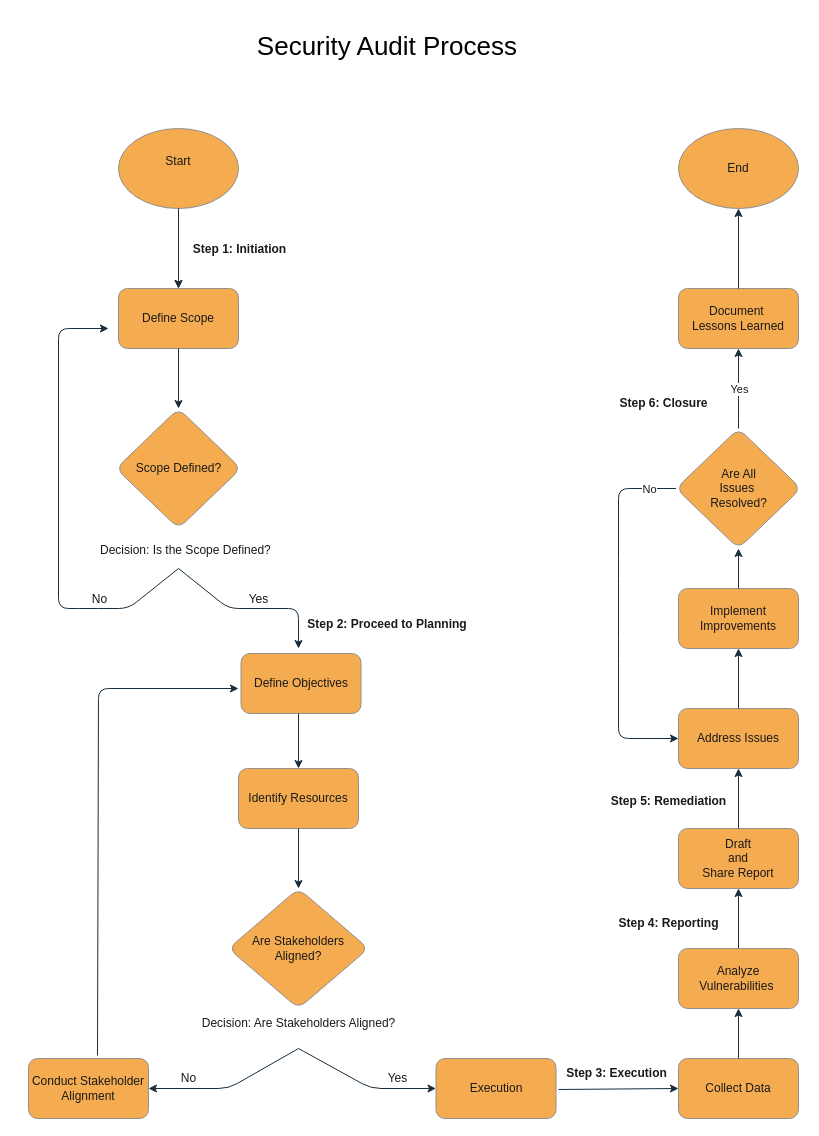
CJWasson/Security-Audit-Botium-Toys keeps this draw.io diagram as Visuals/Security_Audit_Process_Flowchart.drawio. Above is the earlier version. Source tidied: cells renumbered, new cells numbered last; positions are measured from the earlier drawing's top-left corner, leaving out a move shared by most shapes. Both pictures are drawn from the tidied source at 100%, with x=0, y=0 at pixel (28, 26).
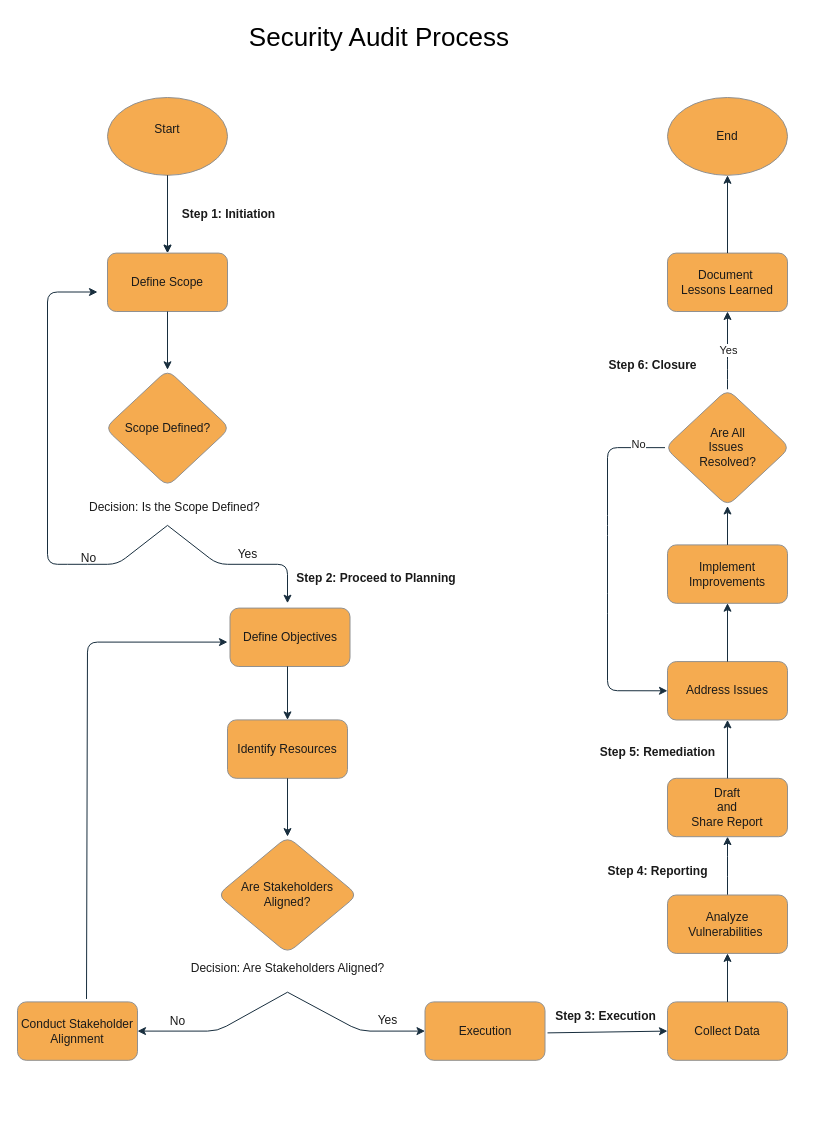
The same page after the edit.

What changed in the source:
```diff
@@
-    <mxCell id="2" style="group;" parent="1" vertex="1">
-      <mxGeometry x="30" y="1" width="742.5" height="1091" as="geometry" />
-    </mxCell>
+    <mxCell id="53" value="&lt;font style=&quot;font-size: 26px;&quot;&gt;Security Audit Process&amp;nbsp;&lt;/font&gt;" style="text;html=1;align=center;verticalAlign=middle;strokeColor=none;fillColor=none;" parent="1" vertex="1">
+      <mxGeometry x="209" y="-9" width="290" height="40" as="geometry" />
+    </mxCell>
-    <mxCell id="3" style="group;" parent="2" vertex="1">
-      <mxGeometry y="101" width="742.5" height="990" as="geometry" />
+    <mxCell id="3" style="group;" parent="1" vertex="1">
+      <mxGeometry x="19" y="71" width="742.5" height="962.8" as="geometry" />
     </mxCell>
@@
     <mxCell id="5" value="&lt;font&gt;Start&lt;/font&gt;&lt;div&gt;&lt;br&gt;&lt;/div&gt;" style="ellipse;whiteSpace=wrap;html=1;labelBackgroundColor=none;fillColor=#F5AB50;strokeColor=#909090;fontColor=#1A1A1A;rounded=1;" parent="3" vertex="1">
-      <mxGeometry x="60" width="120" height="80" as="geometry" />
+      <mxGeometry x="60" width="120" height="77.8" as="geometry" />
     </mxCell>
     <mxCell id="6" value="&lt;font&gt;Define Scope&lt;/font&gt;" style="rounded=1;whiteSpace=wrap;html=1;labelBackgroundColor=none;fillColor=#F5AB50;strokeColor=#909090;fontColor=#1A1A1A;" parent="3" vertex="1">
-      <mxGeometry x="60" y="160" width="120" height="60" as="geometry" />
+      <mxGeometry x="60" y="155.6" width="120" height="58.4" as="geometry" />
     </mxCell>
     <mxCell id="7" value="&lt;font&gt;Scope Defined?&lt;/font&gt;" style="rhombus;whiteSpace=wrap;html=1;labelBackgroundColor=none;fillColor=#F5AB50;strokeColor=#909090;fontColor=#1A1A1A;rounded=1;" parent="3" vertex="1">
-      <mxGeometry x="57.5" y="280" width="125" height="120" as="geometry" />
+      <mxGeometry x="57.5" y="272.3" width="125" height="116.7" as="geometry" />
     </mxCell>
@@
     <mxCell id="11" value="&lt;font&gt;Define Objectives&lt;/font&gt;" style="rounded=1;whiteSpace=wrap;html=1;labelBackgroundColor=none;fillColor=#F5AB50;strokeColor=#909090;fontColor=#1A1A1A;" parent="3" vertex="1">
-      <mxGeometry x="182.5" y="525" width="120" height="60" as="geometry" />
+      <mxGeometry x="182.5" y="510.6" width="120" height="58.4" as="geometry" />
     </mxCell>
     <mxCell id="12" style="endArrow=classic;html=1;rounded=1;labelBackgroundColor=none;strokeColor=#182E3E;fontColor=default;" parent="3" edge="1">
       <mxGeometry relative="1" as="geometry">
-        <mxPoint x="120" y="440" as="sourcePoint" />
-        <mxPoint x="240" y="520" as="targetPoint" />
+        <mxPoint x="120" y="427.9" as="sourcePoint" />
+        <mxPoint x="240" y="505.7" as="targetPoint" />
         <Array as="points">
-          <mxPoint x="170" y="480" />
-          <mxPoint x="240" y="480" />
+          <mxPoint x="170" y="466.8" />
+          <mxPoint x="240" y="466.8" />
         </Array>
       </mxGeometry>
     </mxCell>
@@
     <mxCell id="16" style="endArrow=classic;html=1;rounded=1;labelBackgroundColor=none;strokeColor=#182E3E;fontColor=default;" parent="3" edge="1">
       <mxGeometry relative="1" as="geometry">
-        <mxPoint x="120" y="440" as="sourcePoint" />
-        <mxPoint x="50" y="200" as="targetPoint" />
+        <mxPoint x="120" y="427.9" as="sourcePoint" />
+        <mxPoint x="50" y="194.5" as="targetPoint" />
         <Array as="points">
-          <mxPoint x="70" y="480" />
-          <mxPoint x="30" y="480" />
-          <mxPoint y="480" />
-          <mxPoint y="200" />
+          <mxPoint x="70" y="466.8" />
+          <mxPoint x="30" y="466.8" />
+          <mxPoint y="466.8" />
+          <mxPoint y="194.5" />
         </Array>
       </mxGeometry>
     </mxCell>
@@
     <mxCell id="18" value="&lt;font&gt;Identify Resources&lt;/font&gt;" style="rounded=1;whiteSpace=wrap;html=1;labelBackgroundColor=none;fillColor=#F5AB50;strokeColor=#909090;fontColor=#1A1A1A;" parent="3" vertex="1">
-      <mxGeometry x="180" y="640" width="120" height="60" as="geometry" />
+      <mxGeometry x="180" y="622.4" width="120" height="58.4" as="geometry" />
     </mxCell>
     <mxCell id="19" value="&lt;font&gt;Are Stakeholders Aligned?&lt;/font&gt;" style="rhombus;whiteSpace=wrap;html=1;labelBackgroundColor=none;fillColor=#F5AB50;strokeColor=#909090;fontColor=#1A1A1A;rounded=1;" parent="3" vertex="1">
-      <mxGeometry x="170" y="760" width="140" height="120" as="geometry" />
+      <mxGeometry x="170" y="739.1" width="140" height="116.7" as="geometry" />
     </mxCell>
     <mxCell id="20" value="&lt;font&gt;Decision: Are Stakeholders Aligned?&lt;/font&gt;" style="text;html=1;align=center;verticalAlign=middle;strokeColor=none;fillColor=none;labelBackgroundColor=none;fontColor=#1A1A1A;rounded=1;" parent="3" vertex="1">
-      <mxGeometry x="130" y="880" width="220" height="30" as="geometry" />
+      <mxGeometry x="130" y="855.8" width="220" height="30" as="geometry" />
     </mxCell>
     <mxCell id="21" style="endArrow=classic;html=1;rounded=1;labelBackgroundColor=none;strokeColor=#182E3E;fontColor=default;" parent="3" edge="1">
       <mxGeometry relative="1" as="geometry">
-        <mxPoint x="240" y="920" as="sourcePoint" />
-        <mxPoint x="90" y="960" as="targetPoint" />
+        <mxPoint x="240" y="894.7" as="sourcePoint" />
+        <mxPoint x="90" y="933.6" as="targetPoint" />
         <Array as="points">
-          <mxPoint x="170" y="960" />
+          <mxPoint x="170" y="933.6" />
         </Array>
       </mxGeometry>
     </mxCell>
@@
     <mxCell id="23" style="endArrow=classic;html=1;rounded=1;labelBackgroundColor=none;strokeColor=#182E3E;fontColor=default;" parent="3" edge="1">
       <mxGeometry relative="1" as="geometry">
-        <mxPoint x="240" y="920" as="sourcePoint" />
-        <mxPoint x="377.5" y="960" as="targetPoint" />
+        <mxPoint x="240" y="894.7" as="sourcePoint" />
+        <mxPoint x="377.5" y="933.6" as="targetPoint" />
         <Array as="points">
-          <mxPoint x="312.5" y="960" />
+          <mxPoint x="312.5" y="933.6" />
         </Array>
       </mxGeometry>
     </mxCell>
@@
     <mxCell id="26" style="endArrow=classic;html=1;rounded=1;labelBackgroundColor=none;strokeColor=#182E3E;fontColor=default;entryX=0.5;entryY=0;entryDx=0;entryDy=0;" parent="3" edge="1" target="18">
       <mxGeometry relative="1" as="geometry">
-        <mxPoint x="240" y="585" as="sourcePoint" />
+        <mxPoint x="240" y="568.9" as="sourcePoint" />
       </mxGeometry>
     </mxCell>
     <mxCell id="27" value="&lt;font&gt;Execution&lt;/font&gt;" style="rounded=1;whiteSpace=wrap;html=1;labelBackgroundColor=none;fillColor=#F5AB50;strokeColor=#909090;fontColor=#1A1A1A;" parent="3" vertex="1">
-      <mxGeometry x="377.5" y="930" width="120" height="60" as="geometry" />
+      <mxGeometry x="377.5" y="904.4" width="120" height="58.4" as="geometry" />
     </mxCell>
     <mxCell id="28" value="&lt;font&gt;Collect Data&lt;/font&gt;" style="rounded=1;whiteSpace=wrap;html=1;labelBackgroundColor=none;fillColor=#F5AB50;strokeColor=#909090;fontColor=#1A1A1A;" parent="3" vertex="1">
-      <mxGeometry x="620" y="930" width="120" height="60" as="geometry" />
+      <mxGeometry x="620" y="904.4" width="120" height="58.4" as="geometry" />
     </mxCell>
@@
     <mxCell id="30" style="edgeStyle=orthogonalEdgeStyle;rounded=1;jettySize=auto;html=1;labelBackgroundColor=none;strokeColor=#182E3E;fontColor=default;" parent="3" edge="1" source="31">
       <mxGeometry relative="1" as="geometry">
-        <mxPoint x="680" y="760" as="targetPoint" />
+        <mxPoint x="680" y="739.1" as="targetPoint" />
       </mxGeometry>
     </mxCell>
     <mxCell id="31" value="&lt;font&gt;Analyze Vulnerabilities&amp;nbsp;&lt;/font&gt;" style="rounded=1;whiteSpace=wrap;html=1;labelBackgroundColor=none;fillColor=#F5AB50;strokeColor=#909090;fontColor=#1A1A1A;" parent="3" vertex="1">
-      <mxGeometry x="620" y="820" width="120" height="60" as="geometry" />
+      <mxGeometry x="620" y="797.5" width="120" height="58.4" as="geometry" />
     </mxCell>
@@
     <mxCell id="33" value="&lt;font&gt;&lt;b&gt;Step 3: Execution&lt;/b&gt;&lt;/font&gt;" style="text;html=1;align=center;verticalAlign=middle;points=[];strokeColor=none;fillColor=none;labelBackgroundColor=none;fontColor=#1A1A1A;rounded=1;" parent="3" vertex="1">
-      <mxGeometry x="497.5" y="930" width="120" height="30" as="geometry" />
+      <mxGeometry x="497.5" y="904.4" width="120" height="30" as="geometry" />
     </mxCell>
     <mxCell id="34" value="&lt;b&gt;Step 4: Reporting&lt;/b&gt;" style="text;html=1;align=center;verticalAlign=middle;strokeColor=none;fillColor=none;fontColor=#1A1A1A;rounded=1;" parent="3" vertex="1">
-      <mxGeometry x="550" y="780" width="120" height="30" as="geometry" />
+      <mxGeometry x="550" y="758.6" width="120" height="30" as="geometry" />
     </mxCell>
     <mxCell id="35" value="Draft&lt;div&gt;and&lt;/div&gt;&lt;div&gt;Share Report&lt;/div&gt;" style="rounded=1;whiteSpace=wrap;html=1;strokeColor=#909090;fontColor=#1A1A1A;fillColor=#F5AB50;" parent="3" vertex="1">
-      <mxGeometry x="620" y="700" width="120" height="60" as="geometry" />
+      <mxGeometry x="620" y="680.8" width="120" height="58.4" as="geometry" />
     </mxCell>
     <mxCell id="36" style="endArrow=classic;html=1;rounded=1;labelBackgroundColor=none;strokeColor=#182E3E;fontColor=default;exitX=0.5;exitY=0;exitDx=0;exitDy=0;" parent="3" edge="1" source="35">
       <mxGeometry relative="1" as="geometry">
-        <mxPoint x="680" y="640" as="targetPoint" />
+        <mxPoint x="680" y="622.4" as="targetPoint" />
       </mxGeometry>
     </mxCell>
     <mxCell id="37" value="Address Issues" style="rounded=1;whiteSpace=wrap;html=1;strokeColor=#909090;fontColor=#1A1A1A;fillColor=#F5AB50;" parent="3" vertex="1">
-      <mxGeometry x="620" y="580" width="120" height="60" as="geometry" />
+      <mxGeometry x="620" y="564.1" width="120" height="58.4" as="geometry" />
     </mxCell>
     <mxCell id="38" value="Implement Improvements" style="rounded=1;whiteSpace=wrap;html=1;strokeColor=#909090;fontColor=#1A1A1A;fillColor=#F5AB50;" parent="3" vertex="1">
-      <mxGeometry x="620" y="460" width="120" height="60" as="geometry" />
+      <mxGeometry x="620" y="447.4" width="120" height="58.4" as="geometry" />
     </mxCell>
     <mxCell id="39" style="endArrow=classic;html=1;rounded=1;exitX=0.5;exitY=0;exitDx=0;exitDy=0;labelBackgroundColor=none;strokeColor=#182E3E;fontColor=default;" parent="3" edge="1" source="37">
       <mxGeometry relative="1" as="geometry">
-        <mxPoint x="680" y="520" as="targetPoint" />
+        <mxPoint x="680" y="505.7" as="targetPoint" />
       </mxGeometry>
     </mxCell>
     <mxCell id="40" value="Are All&lt;div&gt;Issues&amp;nbsp;&lt;/div&gt;&lt;div&gt;Resolved?&lt;/div&gt;" style="rhombus;whiteSpace=wrap;html=1;labelBackgroundColor=none;fillColor=#F5AB50;strokeColor=#909090;fontColor=#1A1A1A;rounded=1;" parent="3" vertex="1">
-      <mxGeometry x="617.5" y="300" width="125" height="120" as="geometry" />
+      <mxGeometry x="617.5" y="291.8" width="125" height="116.7" as="geometry" />
     </mxCell>
     <mxCell id="41" style="endArrow=classic;html=1;rounded=1;labelBackgroundColor=none;strokeColor=#182E3E;fontColor=default;exitX=0.5;exitY=0;exitDx=0;exitDy=0;" parent="3" edge="1" source="38">
       <mxGeometry relative="1" as="geometry">
-        <mxPoint x="680" y="420" as="targetPoint" />
+        <mxPoint x="680" y="408.5" as="targetPoint" />
       </mxGeometry>
     </mxCell>
     <mxCell id="42" style="endArrow=classic;html=1;rounded=1;strokeColor=#182E3E;fontColor=#1A1A1A;exitX=0.5;exitY=0;exitDx=0;exitDy=0;entryX=0.5;entryY=1;entryDx=0;entryDy=0;" parent="3" edge="1" source="40" target="46">
       <mxGeometry relative="1" as="geometry">
         <Array as="points">
-          <mxPoint x="680" y="280" />
+          <mxPoint x="680" y="272.3" />
         </Array>
       </mxGeometry>
     </mxCell>
@@
     <mxCell id="44" style="endArrow=classic;html=1;rounded=1;strokeColor=#182E3E;fontColor=#1A1A1A;exitX=0;exitY=0.5;exitDx=0;exitDy=0;entryX=0;entryY=0.5;entryDx=0;entryDy=0;" parent="3" edge="1" source="40" target="37">
       <mxGeometry relative="1" as="geometry">
         <Array as="points">
-          <mxPoint x="560" y="360" />
-          <mxPoint x="560" y="440" />
-          <mxPoint x="560" y="520" />
-          <mxPoint x="560" y="610" />
+          <mxPoint x="560" y="350.1" />
+          <mxPoint x="560" y="427.9" />
+          <mxPoint x="560" y="505.7" />
+          <mxPoint x="560" y="593.2" />
         </Array>
       </mxGeometry>
     </mxCell>
@@
     <mxCell id="46" value="Document&amp;nbsp;&lt;div&gt;Lessons Learned&lt;/div&gt;" style="rounded=1;whiteSpace=wrap;html=1;strokeColor=#909090;fontColor=#1A1A1A;fillColor=#F5AB50;" parent="3" vertex="1">
-      <mxGeometry x="620" y="160" width="120" height="60" as="geometry" />
+      <mxGeometry x="620" y="155.6" width="120" height="58.4" as="geometry" />
     </mxCell>
     <mxCell id="47" value="&lt;b&gt;Step 6: Closure&lt;/b&gt;" style="text;html=1;align=center;verticalAlign=middle;strokeColor=none;fillColor=none;fontColor=#1A1A1A;rounded=1;" parent="3" vertex="1">
-      <mxGeometry x="550" y="260" width="110" height="30" as="geometry" />
+      <mxGeometry x="550" y="252.9" width="110" height="30" as="geometry" />
     </mxCell>
     <mxCell id="48" value="End" style="ellipse;whiteSpace=wrap;html=1;strokeColor=#909090;fontColor=#1A1A1A;fillColor=#F5AB50;rounded=1;" parent="3" vertex="1">
-      <mxGeometry x="620" width="120" height="80" as="geometry" />
+      <mxGeometry x="620" width="120" height="77.8" as="geometry" />
     </mxCell>
     <mxCell id="49" style="endArrow=classic;html=1;rounded=1;exitX=0.5;exitY=0;exitDx=0;exitDy=0;labelBackgroundColor=none;strokeColor=#182E3E;fontColor=default;" parent="3" edge="1" source="46">
       <mxGeometry relative="1" as="geometry">
-        <mxPoint x="680" y="80" as="targetPoint" />
+        <mxPoint x="680" y="77.8" as="targetPoint" />
       </mxGeometry>
     </mxCell>
     <mxCell id="50" style="endArrow=classic;html=1;rounded=1;exitX=0.575;exitY=-0.05;exitDx=0;exitDy=0;labelBackgroundColor=none;strokeColor=#182E3E;fontColor=default;exitPerimeter=0;" parent="3" edge="1" source="52">
       <mxGeometry relative="1" as="geometry">
-        <mxPoint x="180" y="560" as="targetPoint" />
+        <mxPoint x="180" y="544.6" as="targetPoint" />
         <Array as="points">
-          <mxPoint x="40" y="560" />
+          <mxPoint x="40" y="544.6" />
         </Array>
       </mxGeometry>
     </mxCell>
     <mxCell id="51" value="&lt;b&gt;Step 5: Remediation&lt;/b&gt;&lt;div&gt;&lt;br&gt;&lt;/div&gt;" style="text;html=1;align=center;verticalAlign=middle;strokeColor=none;fillColor=none;fontColor=#1A1A1A;rounded=1;" parent="3" vertex="1">
-      <mxGeometry x="540" y="660" width="140" height="40" as="geometry" />
+      <mxGeometry x="540" y="641.9" width="140" height="40" as="geometry" />
     </mxCell>
     <mxCell id="52" value="&lt;font&gt;Conduct Stakeholder Alignment&lt;/font&gt;" style="rounded=1;whiteSpace=wrap;html=1;labelBackgroundColor=none;fillColor=#F5AB50;strokeColor=#909090;fontColor=#1A1A1A;" parent="3" vertex="1">
-      <mxGeometry x="-30" y="930" width="120" height="60" as="geometry" />
+      <mxGeometry x="-30" y="904.4" width="120" height="58.4" as="geometry" />
     </mxCell>
-    <mxCell id="53" value="&lt;font style=&quot;font-size: 26px;&quot;&gt;Security Audit Process&amp;nbsp;&lt;/font&gt;" style="text;html=1;align=center;verticalAlign=middle;strokeColor=none;fillColor=none;" parent="2" vertex="1">
-      <mxGeometry x="187" y="-1" width="290" height="40" as="geometry" />
-    </mxCell>
```
